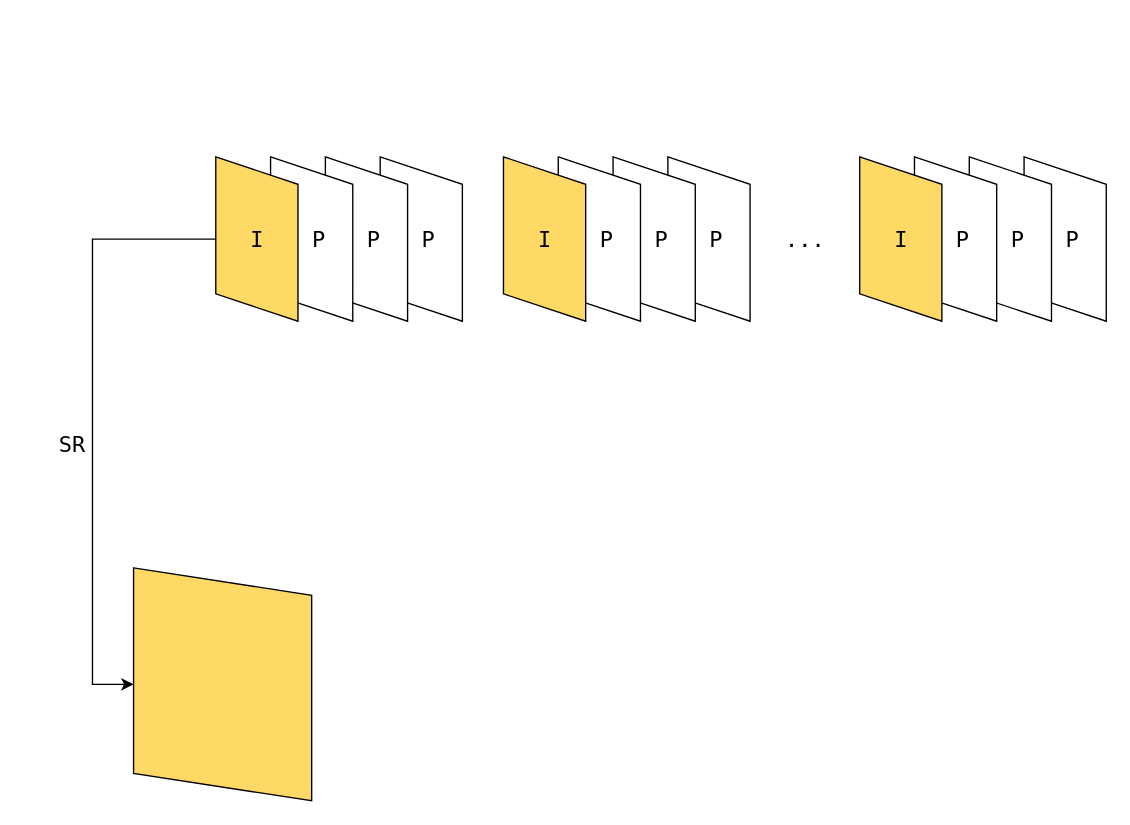
Earlier version of the draw.io diagram XML/ISRDec.drawio (Joeyrr/draw.io). Source tidied: cells renumbered, new cells numbered last; positions are measured from the earlier drawing's top-left corner, leaving out a move shared by most shapes. Both pictures are drawn from the tidied source at 137%, with x=0, y=0 at pixel (51, 197).
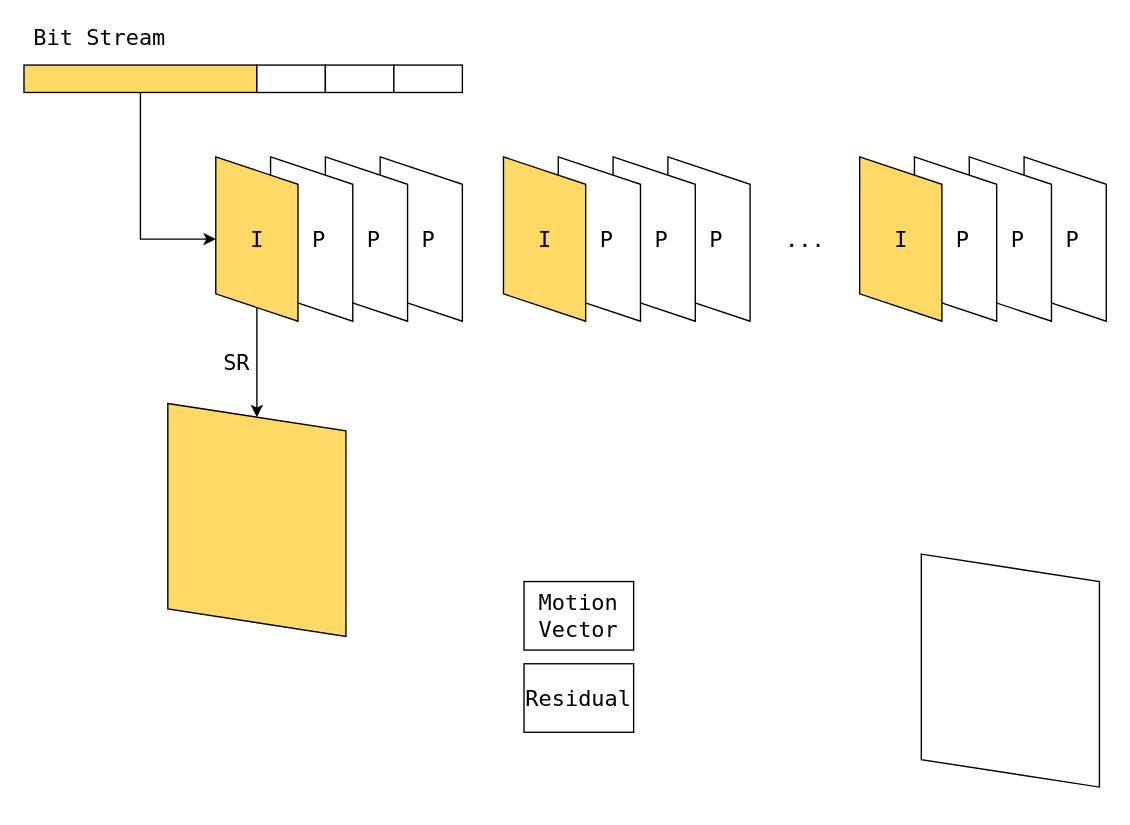
The same diagram, later.

The change refers to these unchanged cells:
```xml
<mxCell id="5" style="shape=parallelogram;perimeter=parallelogramPerimeter;whiteSpace=wrap;html=1;fixedSize=1;rotation=90;fillColor=#FFD966;" parent="1" vertex="1">
  <mxGeometry x="90" width="120" height="60" as="geometry" />
</mxCell>
```

Diff of the diagram source:
```diff
@@
-    <mxCell id="27" style="edgeStyle=elbowEdgeStyle;elbow=horizontal;endArrow=classic;html=1;rounded=0;fontFamily=Lucida Console;fontSize=16;exitX=0.5;exitY=1;exitDx=0;exitDy=0;entryX=0.5;entryY=1;entryDx=0;entryDy=0;" parent="1" edge="1" source="5" target="28">
+    <mxCell id="27" style="edgeStyle=elbowEdgeStyle;elbow=horizontal;endArrow=classic;html=1;rounded=0;fontFamily=Lucida Console;fontSize=16;exitX=0.5;exitY=1;exitDx=0;exitDy=0;entryX=0.5;entryY=1;entryDx=0;entryDy=0;" parent="1" edge="1" source="33" target="5">
       <mxGeometry relative="1" as="geometry">
         <Array as="points">
-          <mxPoint x="30" y="190" />
+          <mxPoint x="65" y="20" />
+          <mxPoint x="60" y="190" />
         </Array>
       </mxGeometry>
     </mxCell>
-    <mxCell id="28" style="shape=parallelogram;perimeter=parallelogramPerimeter;whiteSpace=wrap;html=1;fixedSize=1;rotation=90;fillColor=#FFD966;" parent="1" vertex="1">
-      <mxGeometry x="40" y="290" width="170" height="130" as="geometry" />
+    <mxCell id="28" style="shape=parallelogram;perimeter=parallelogramPerimeter;whiteSpace=wrap;html=1;fixedSize=1;rotation=90;fillColor=#FFFFFF;" parent="1" vertex="1">
+      <mxGeometry x="615" y="280" width="170" height="130" as="geometry" />
     </mxCell>
     <mxCell id="29" value="SR" style="text;html=1;align=center;verticalAlign=middle;fillColor=none;strokeColor=none;rounded=0;fontFamily=Lucida Console;fontSize=16;" parent="1" vertex="1">
-      <mxGeometry y="170" width="30" height="20" as="geometry" />
+      <mxGeometry x="120" y="110" width="30" height="20" as="geometry" />
     </mxCell>
+    <mxCell id="30" style="shape=parallelogram;perimeter=parallelogramPerimeter;whiteSpace=wrap;html=1;fixedSize=1;rotation=90;fillColor=#FFD966;" parent="1" vertex="1">
+      <mxGeometry x="65" y="170" width="170" height="130" as="geometry" />
+    </mxCell>
+    <mxCell id="31" value="Motion&lt;br&gt;Vector" style="rounded=0;whiteSpace=wrap;html=1;fontFamily=Lucida Console;fontSize=16;fillColor=#FFFFFF;" parent="1" vertex="1">
+      <mxGeometry x="345" y="280" width="80" height="50" as="geometry" />
+    </mxCell>
+    <mxCell id="32" value="Residual" style="rounded=0;whiteSpace=wrap;html=1;fontFamily=Lucida Console;fontSize=16;fillColor=#FFFFFF;" parent="1" vertex="1">
+      <mxGeometry x="345" y="340" width="80" height="50" as="geometry" />
+    </mxCell>
+    <mxCell id="33" style="rounded=0;whiteSpace=wrap;html=1;fontFamily=Lucida Console;fontSize=16;fillColor=#FFD966;" parent="1" vertex="1">
+      <mxGeometry x="-20" y="-97" width="170" height="20" as="geometry" />
+    </mxCell>
+    <mxCell id="34" style="rounded=0;whiteSpace=wrap;html=1;fontFamily=Lucida Console;fontSize=16;fillColor=#FFFFFF;" parent="1" vertex="1">
+      <mxGeometry x="150" y="-97" width="50" height="20" as="geometry" />
+    </mxCell>
+    <mxCell id="35" style="rounded=0;whiteSpace=wrap;html=1;fontFamily=Lucida Console;fontSize=16;fillColor=#FFFFFF;" parent="1" vertex="1">
+      <mxGeometry x="200" y="-97" width="50" height="20" as="geometry" />
+    </mxCell>
+    <mxCell id="36" style="rounded=0;whiteSpace=wrap;html=1;fontFamily=Lucida Console;fontSize=16;fillColor=#FFFFFF;" parent="1" vertex="1">
+      <mxGeometry x="250" y="-97" width="50" height="20" as="geometry" />
+    </mxCell>
+    <mxCell id="37" value="Bit Stream" style="text;html=1;align=center;verticalAlign=middle;fillColor=none;strokeColor=none;rounded=0;fontFamily=Lucida Console;fontSize=16;" parent="1" vertex="1">
+      <mxGeometry x="-20" y="-127" width="110" height="20" as="geometry" />
+    </mxCell>
+    <mxCell id="38" style="endArrow=classic;html=1;rounded=0;fontFamily=Lucida Console;fontSize=16;exitX=1;exitY=0.5;exitDx=0;exitDy=0;entryX=0;entryY=0.5;entryDx=0;entryDy=0;" parent="1" edge="1" source="5" target="30">
+      <mxGeometry relative="1" as="geometry" />
+    </mxCell>
```
